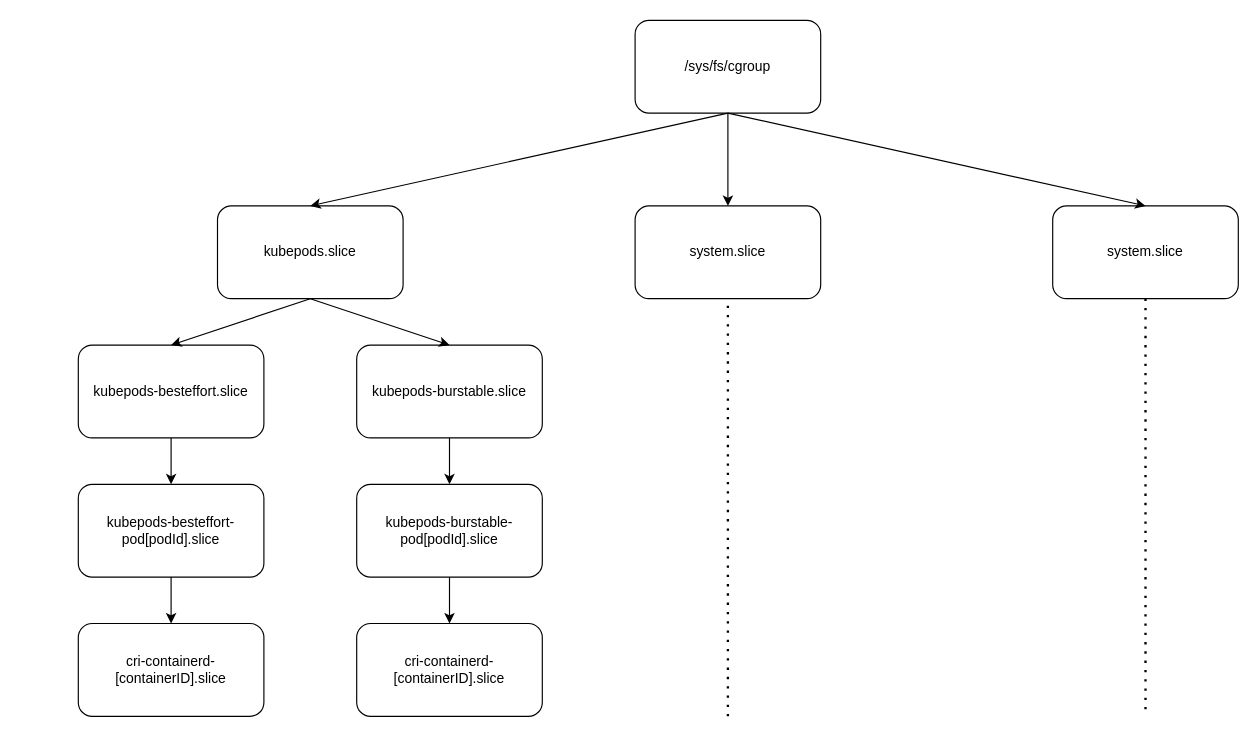
This is cgroup-hierarchy.drawio from YanshanSong/draw.io, a draw.io file, before an edit. Source tidied: cells renumbered, new cells numbered last; positions are measured from the earlier drawing's top-left corner, leaving out a move shared by most shapes. Both pictures are drawn from the tidied source at 116%, with x=0, y=0 at pixel (78, 20).
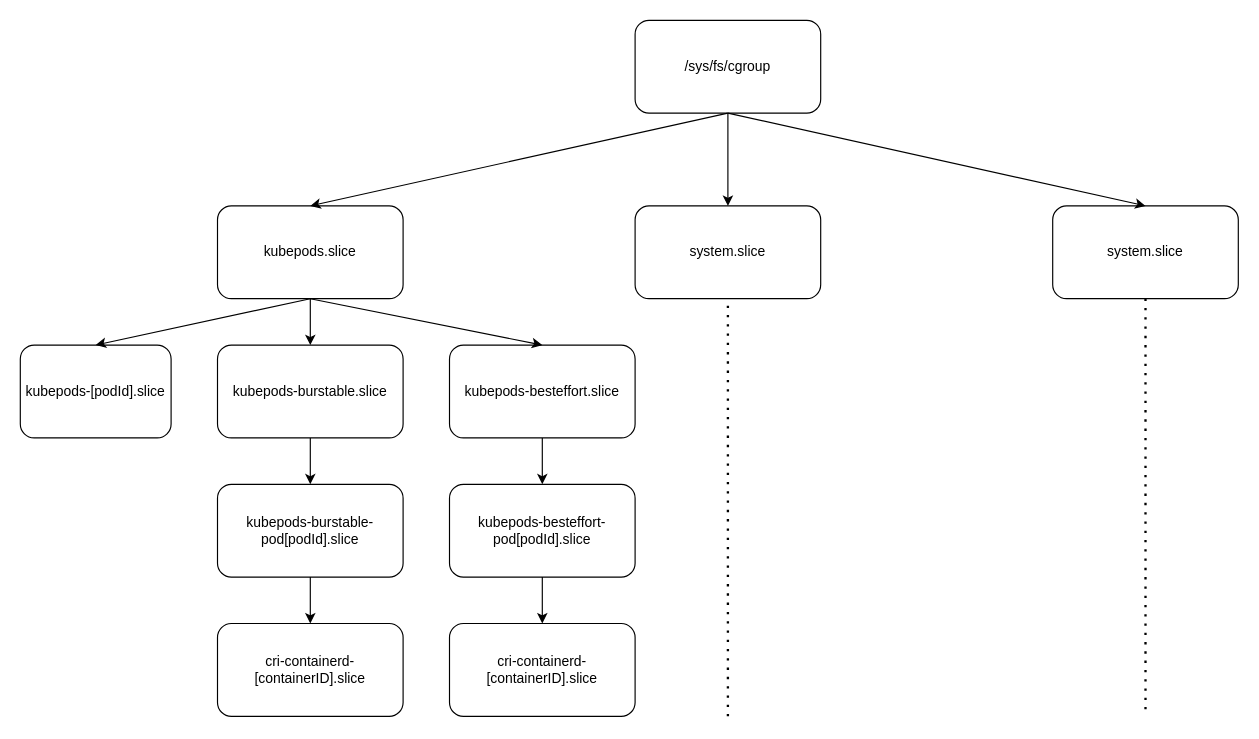
The same page after the edit.

Unchanged cells that the change refers to:
```xml
<mxCell id="3" value="kubepods.slice" style="rounded=1;whiteSpace=wrap;html=1;" parent="1" vertex="1">
  <mxGeometry x="120" y="160" width="160" height="80" as="geometry" />
</mxCell>
```

Diff of the diagram source:
```diff
@@
-    <mxCell id="4" value="kubepods-besteffort.slice" style="rounded=1;whiteSpace=wrap;html=1;" parent="1" vertex="1">
-      <mxGeometry y="280" width="160" height="80" as="geometry" />
+    <mxCell id="4" value="kubepods-burstable.slice" style="rounded=1;whiteSpace=wrap;html=1;" parent="1" vertex="1">
+      <mxGeometry x="120" y="280" width="160" height="80" as="geometry" />
     </mxCell>
-    <mxCell id="5" value="kubepods-burstable.slice" style="rounded=1;whiteSpace=wrap;html=1;" parent="1" vertex="1">
-      <mxGeometry x="240" y="280" width="160" height="80" as="geometry" />
+    <mxCell id="5" value="kubepods-besteffort.slice" style="rounded=1;whiteSpace=wrap;html=1;" parent="1" vertex="1">
+      <mxGeometry x="320" y="280" width="160" height="80" as="geometry" />
     </mxCell>
-    <mxCell id="6" value="kubepods-besteffort-pod[podId].slice" style="rounded=1;whiteSpace=wrap;html=1;" parent="1" vertex="1">
-      <mxGeometry y="400" width="160" height="80" as="geometry" />
+    <mxCell id="6" value="kubepods-burstable-pod[podId].slice" style="rounded=1;whiteSpace=wrap;html=1;" parent="1" vertex="1">
+      <mxGeometry x="120" y="400" width="160" height="80" as="geometry" />
     </mxCell>
-    <mxCell id="7" value="kubepods-burstable-pod[podId].slice" style="rounded=1;whiteSpace=wrap;html=1;" parent="1" vertex="1">
-      <mxGeometry x="240" y="400" width="160" height="80" as="geometry" />
+    <mxCell id="7" value="kubepods-besteffort-pod[podId].slice" style="rounded=1;whiteSpace=wrap;html=1;" parent="1" vertex="1">
+      <mxGeometry x="320" y="400" width="160" height="80" as="geometry" />
     </mxCell>
     <mxCell id="8" value="cri-containerd-[containerID].slice" style="rounded=1;whiteSpace=wrap;html=1;" parent="1" vertex="1">
-      <mxGeometry y="520" width="160" height="80" as="geometry" />
+      <mxGeometry x="120" y="520" width="160" height="80" as="geometry" />
     </mxCell>
     <mxCell id="9" value="cri-containerd-[containerID].slice" style="rounded=1;whiteSpace=wrap;html=1;" parent="1" vertex="1">
-      <mxGeometry x="240" y="520" width="160" height="80" as="geometry" />
+      <mxGeometry x="320" y="520" width="160" height="80" as="geometry" />
     </mxCell>
@@
+    <mxCell id="23" value="kubepods-[podId].slice" style="rounded=1;whiteSpace=wrap;html=1;" parent="1" vertex="1">
+      <mxGeometry x="-50" y="280" width="130" height="80" as="geometry" />
+    </mxCell>
+    <mxCell id="24" style="endArrow=classic;html=1;rounded=0;exitX=0.5;exitY=1;exitDx=0;exitDy=0;entryX=0.5;entryY=0;entryDx=0;entryDy=0;" parent="1" edge="1" source="3" target="23">
+      <mxGeometry relative="1" as="geometry" />
+    </mxCell>
```
